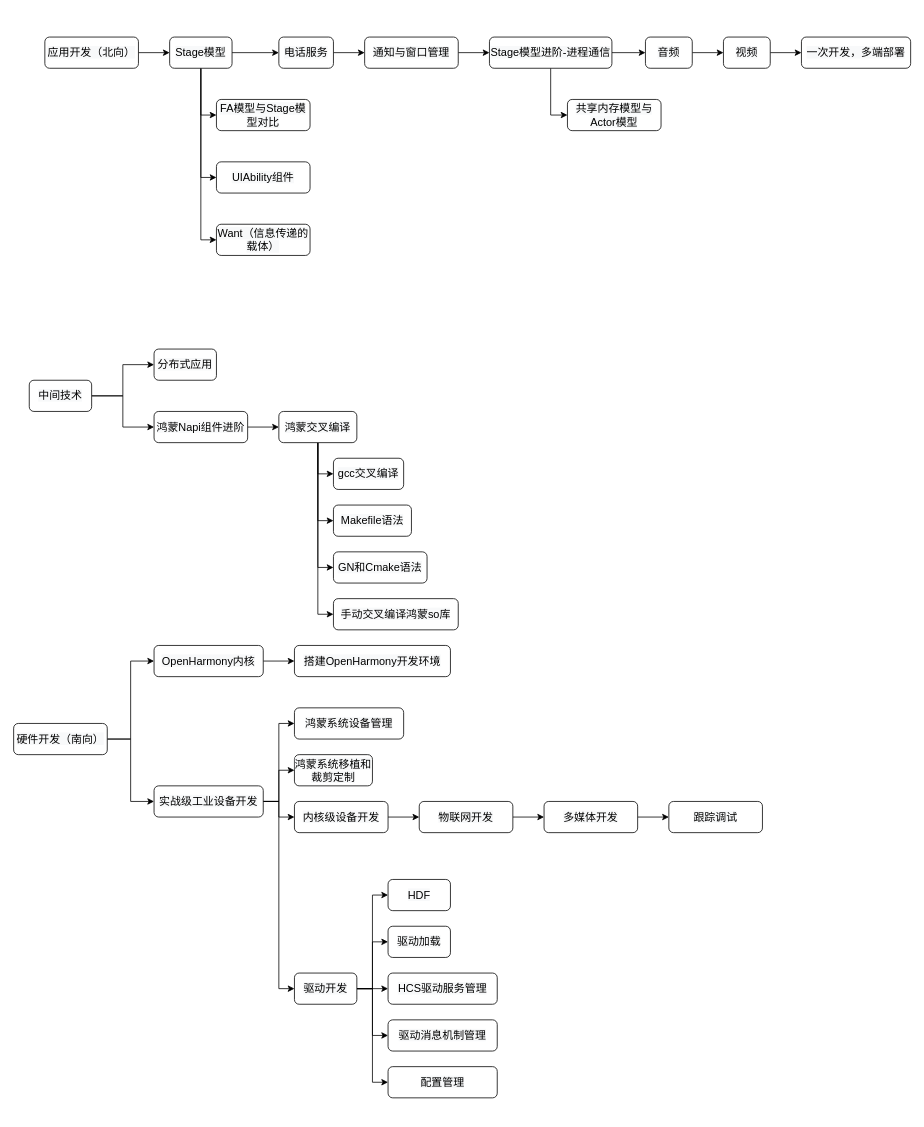
Above: 掌握鸿蒙系统开发.drawio in yanhanfrontend/draw.io.workspace (draw.io), before the change. Source tidied: cells renumbered, new cells numbered last; positions are measured from the earlier drawing's top-left corner, leaving out a move shared by most shapes. Both pictures are drawn from the tidied source at 78%, with x=0, y=0 at pixel (13, 13).
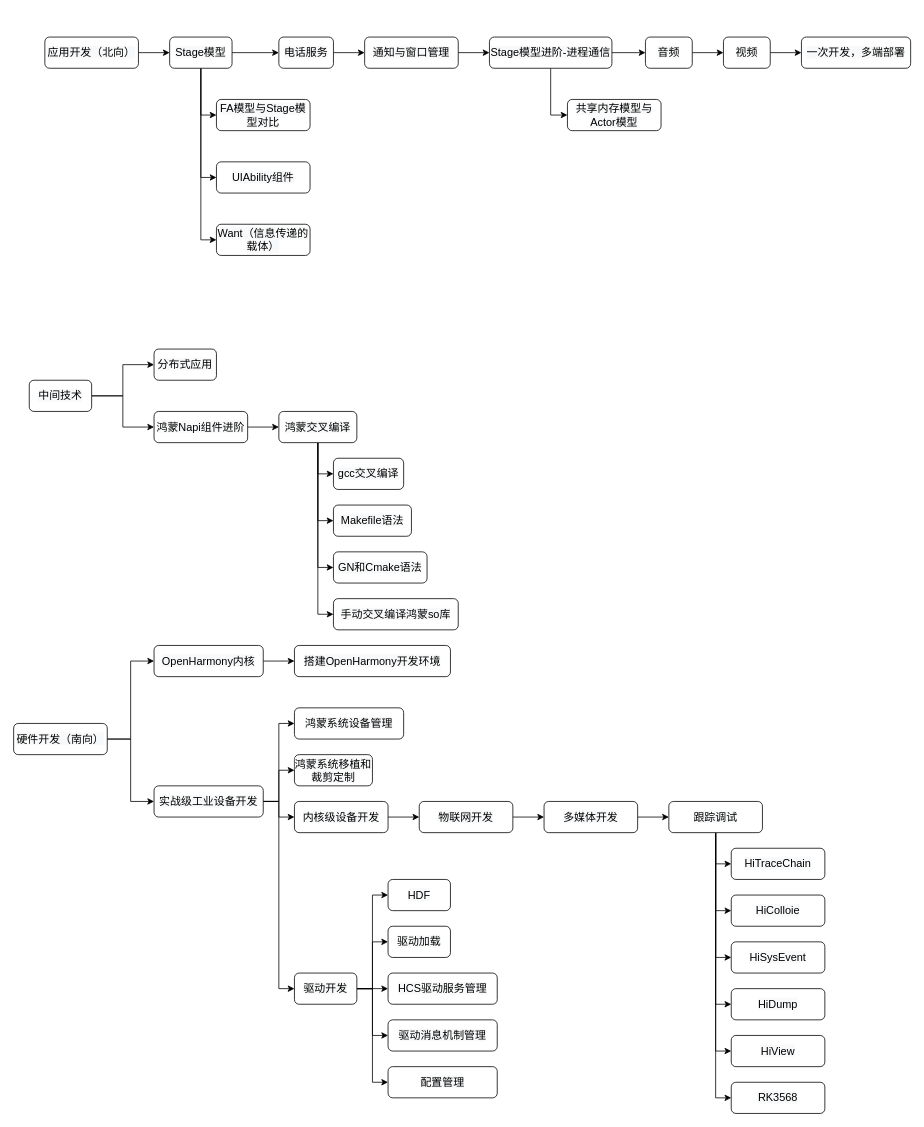
The same diagram, later.

Commit message (it also covers changes not shown here):
更新掌握鸿蒙系统开发.drawio

The change refers to these unchanged cells:
```xml
<mxCell id="71" value="&lt;font face=&quot;默认字体&quot;&gt;&lt;span style=&quot;font-size: 14px; background-color: rgb(248, 249, 250);&quot;&gt;跟踪调试&lt;/span&gt;&lt;/font&gt;" style="rounded=1;whiteSpace=wrap;html=1;" parent="1" vertex="1">
  <mxGeometry x="840" y="1010" width="120" height="40" as="geometry" />
</mxCell>
```

The edit, as a diff of the source:
```diff
@@
+    <mxCell id="74" style="edgeStyle=orthogonalEdgeStyle;rounded=0;jettySize=auto;html=1;exitX=0.5;exitY=1;exitDx=0;exitDy=0;entryX=0;entryY=0.5;entryDx=0;entryDy=0;" parent="1" edge="1" source="71" target="80">
+      <mxGeometry relative="1" as="geometry" />
+    </mxCell>
+    <mxCell id="75" style="edgeStyle=orthogonalEdgeStyle;rounded=0;jettySize=auto;html=1;exitX=0.5;exitY=1;exitDx=0;exitDy=0;entryX=0;entryY=0.5;entryDx=0;entryDy=0;" parent="1" edge="1" source="71" target="81">
+      <mxGeometry relative="1" as="geometry" />
+    </mxCell>
+    <mxCell id="76" style="edgeStyle=orthogonalEdgeStyle;rounded=0;jettySize=auto;html=1;exitX=0.5;exitY=1;exitDx=0;exitDy=0;entryX=0;entryY=0.5;entryDx=0;entryDy=0;" parent="1" edge="1" source="71" target="82">
+      <mxGeometry relative="1" as="geometry" />
+    </mxCell>
+    <mxCell id="77" style="edgeStyle=orthogonalEdgeStyle;rounded=0;jettySize=auto;html=1;exitX=0.5;exitY=1;exitDx=0;exitDy=0;entryX=0;entryY=0.5;entryDx=0;entryDy=0;" parent="1" edge="1" source="71" target="83">
+      <mxGeometry relative="1" as="geometry" />
+    </mxCell>
+    <mxCell id="78" style="edgeStyle=orthogonalEdgeStyle;rounded=0;jettySize=auto;html=1;exitX=0.5;exitY=1;exitDx=0;exitDy=0;entryX=0;entryY=0.5;entryDx=0;entryDy=0;" parent="1" edge="1" source="71" target="84">
+      <mxGeometry relative="1" as="geometry" />
+    </mxCell>
+    <mxCell id="79" style="edgeStyle=orthogonalEdgeStyle;rounded=0;jettySize=auto;html=1;exitX=0.5;exitY=1;exitDx=0;exitDy=0;entryX=0;entryY=0.5;entryDx=0;entryDy=0;" parent="1" edge="1" source="71" target="85">
+      <mxGeometry relative="1" as="geometry" />
+    </mxCell>
@@
+    <mxCell id="80" value="&lt;font face=&quot;默认字体&quot;&gt;&lt;span style=&quot;font-size: 14px; background-color: rgb(248, 249, 250);&quot;&gt;HiTraceChain&lt;/span&gt;&lt;/font&gt;" style="rounded=1;whiteSpace=wrap;html=1;" parent="1" vertex="1">
+      <mxGeometry x="920" y="1070" width="120" height="40" as="geometry" />
+    </mxCell>
+    <mxCell id="81" value="&lt;font face=&quot;默认字体&quot;&gt;&lt;span style=&quot;font-size: 14px; background-color: rgb(248, 249, 250);&quot;&gt;HiColloie&lt;/span&gt;&lt;/font&gt;" style="rounded=1;whiteSpace=wrap;html=1;" parent="1" vertex="1">
+      <mxGeometry x="920" y="1130" width="120" height="40" as="geometry" />
+    </mxCell>
+    <mxCell id="82" value="&lt;font face=&quot;默认字体&quot;&gt;&lt;span style=&quot;font-size: 14px; background-color: rgb(248, 249, 250);&quot;&gt;HiSysEvent&lt;/span&gt;&lt;/font&gt;" style="rounded=1;whiteSpace=wrap;html=1;" parent="1" vertex="1">
+      <mxGeometry x="920" y="1190" width="120" height="40" as="geometry" />
+    </mxCell>
+    <mxCell id="83" value="&lt;font face=&quot;默认字体&quot;&gt;&lt;span style=&quot;font-size: 14px; background-color: rgb(248, 249, 250);&quot;&gt;HiDump&lt;/span&gt;&lt;/font&gt;" style="rounded=1;whiteSpace=wrap;html=1;" parent="1" vertex="1">
+      <mxGeometry x="920" y="1250" width="120" height="40" as="geometry" />
+    </mxCell>
+    <mxCell id="84" value="&lt;font face=&quot;默认字体&quot;&gt;&lt;span style=&quot;font-size: 14px; background-color: rgb(248, 249, 250);&quot;&gt;HiView&lt;/span&gt;&lt;/font&gt;" style="rounded=1;whiteSpace=wrap;html=1;" parent="1" vertex="1">
+      <mxGeometry x="920" y="1310" width="120" height="40" as="geometry" />
+    </mxCell>
+    <mxCell id="85" value="&lt;font face=&quot;默认字体&quot;&gt;&lt;span style=&quot;font-size: 14px; background-color: rgb(248, 249, 250);&quot;&gt;RK3568&lt;/span&gt;&lt;/font&gt;" style="rounded=1;whiteSpace=wrap;html=1;" parent="1" vertex="1">
+      <mxGeometry x="920" y="1370" width="120" height="40" as="geometry" />
+    </mxCell>
```
